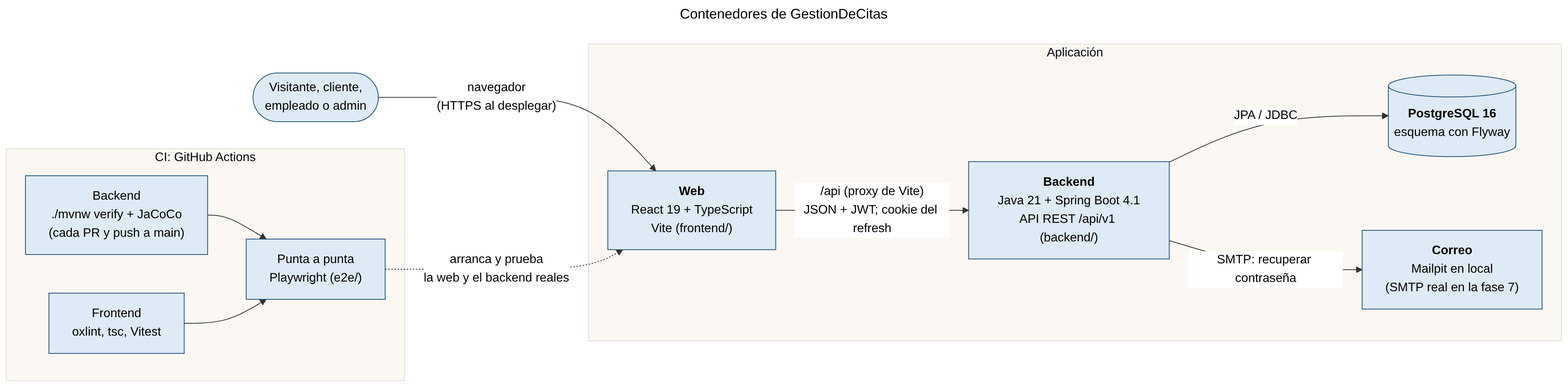
The Mermaid diagram docs/diagramas/Contenedores.png in josedfc20/gestion-de-citas, before a commit. Its source is kept beside it as docs/diagramas/Contenedores.mmd. The source it was exported from:
```mermaid
---
title: Contenedores de GestionDeCitas
---
%%{init: {"theme": "base", "themeVariables": {"primaryColor": "#DEEAF6", "primaryBorderColor": "#1F4E79", "primaryTextColor": "#000000", "lineColor": "#333333", "fontFamily": "Arial", "edgeLabelBackground": "#ffffff"}}}%%
flowchart LR
    usuario(["Visitante, cliente,<br/>empleado o admin"])

    subgraph local["Aplicación"]
        direction LR
        web["<b>Web</b><br/>React 19 + TypeScript<br/>Vite (frontend/)"]
        api["<b>Backend</b><br/>Java 21 + Spring Boot 4.1<br/>API REST /api/v1 (backend/)"]
        bd[("<b>PostgreSQL 16</b><br/>esquema con Flyway")]
        correo["<b>Correo</b><br/>Mailpit en local<br/>(SMTP real en la fase 7)"]
    end

    subgraph ci["CI: GitHub Actions"]
        direction TB
        j1["Backend<br/>./mvnw verify + JaCoCo<br/>(cada PR y push a main)"]
        j2["Frontend<br/>oxlint, tsc, Vitest"]
        j3["Punta a punta<br/>Playwright (e2e/)"]
        j1 --> j3
        j2 --> j3
    end

    usuario -- "navegador<br/>(HTTPS al desplegar)" --> web
    web -- "/api (proxy de Vite)<br/>JSON + JWT; cookie del refresh" --> api
    api -- "JPA / JDBC" --> bd
    api -- "SMTP: recuperar contraseña" --> correo
    j3 -. "arranca y prueba<br/>la web y el backend reales" .-> web
```
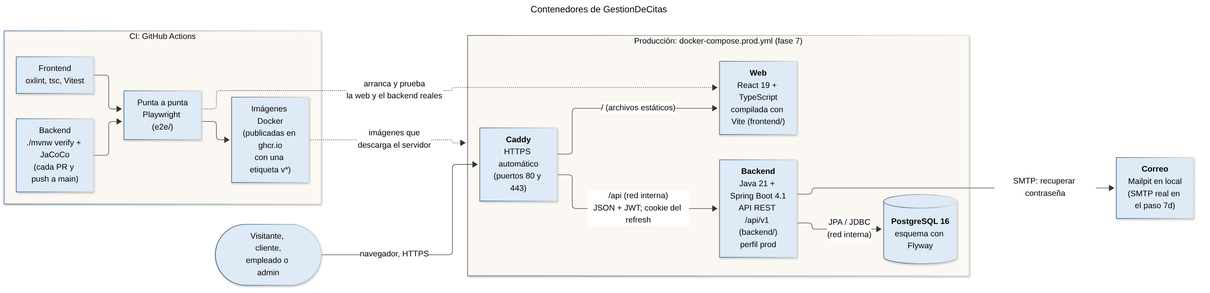
The same diagram one commit later.

The edit, as a diff of the source:
```diff
@@ -5,25 +5,31 @@
 flowchart LR
     usuario(["Visitante, cliente,<br/>empleado o admin"])
 
-    subgraph local["Aplicación"]
+    subgraph prod["Producción: docker-compose.prod.yml (fase 7)"]
         direction LR
-        web["<b>Web</b><br/>React 19 + TypeScript<br/>Vite (frontend/)"]
-        api["<b>Backend</b><br/>Java 21 + Spring Boot 4.1<br/>API REST /api/v1 (backend/)"]
+        caddy["<b>Caddy</b><br/>HTTPS automático<br/>(puertos 80 y 443)"]
+        web["<b>Web</b><br/>React 19 + TypeScript<br/>compilada con Vite (frontend/)"]
+        api["<b>Backend</b><br/>Java 21 + Spring Boot 4.1<br/>API REST /api/v1 (backend/)<br/>perfil prod"]
         bd[("<b>PostgreSQL 16</b><br/>esquema con Flyway")]
-        correo["<b>Correo</b><br/>Mailpit en local<br/>(SMTP real en la fase 7)"]
     end
+
+    correo["<b>Correo</b><br/>Mailpit en local<br/>(SMTP real en el paso 7d)"]
 
     subgraph ci["CI: GitHub Actions"]
         direction TB
         j1["Backend<br/>./mvnw verify + JaCoCo<br/>(cada PR y push a main)"]
         j2["Frontend<br/>oxlint, tsc, Vitest"]
         j3["Punta a punta<br/>Playwright (e2e/)"]
+        j4["Imágenes Docker<br/>(publicadas en ghcr.io<br/>con una etiqueta v*)"]
         j1 --> j3
         j2 --> j3
+        j3 --> j4
     end
 
-    usuario -- "navegador<br/>(HTTPS al desplegar)" --> web
-    web -- "/api (proxy de Vite)<br/>JSON + JWT; cookie del refresh" --> api
-    api -- "JPA / JDBC" --> bd
+    usuario -- "navegador, HTTPS" --> caddy
+    caddy -- "/ (archivos estáticos)" --> web
+    caddy -- "/api (red interna)<br/>JSON + JWT; cookie del refresh" --> api
+    api -- "JPA / JDBC<br/>(red interna)" --> bd
     api -- "SMTP: recuperar contraseña" --> correo
     j3 -. "arranca y prueba<br/>la web y el backend reales" .-> web
+    j4 -. "imágenes que<br/>descarga el servidor" .-> prod
```
